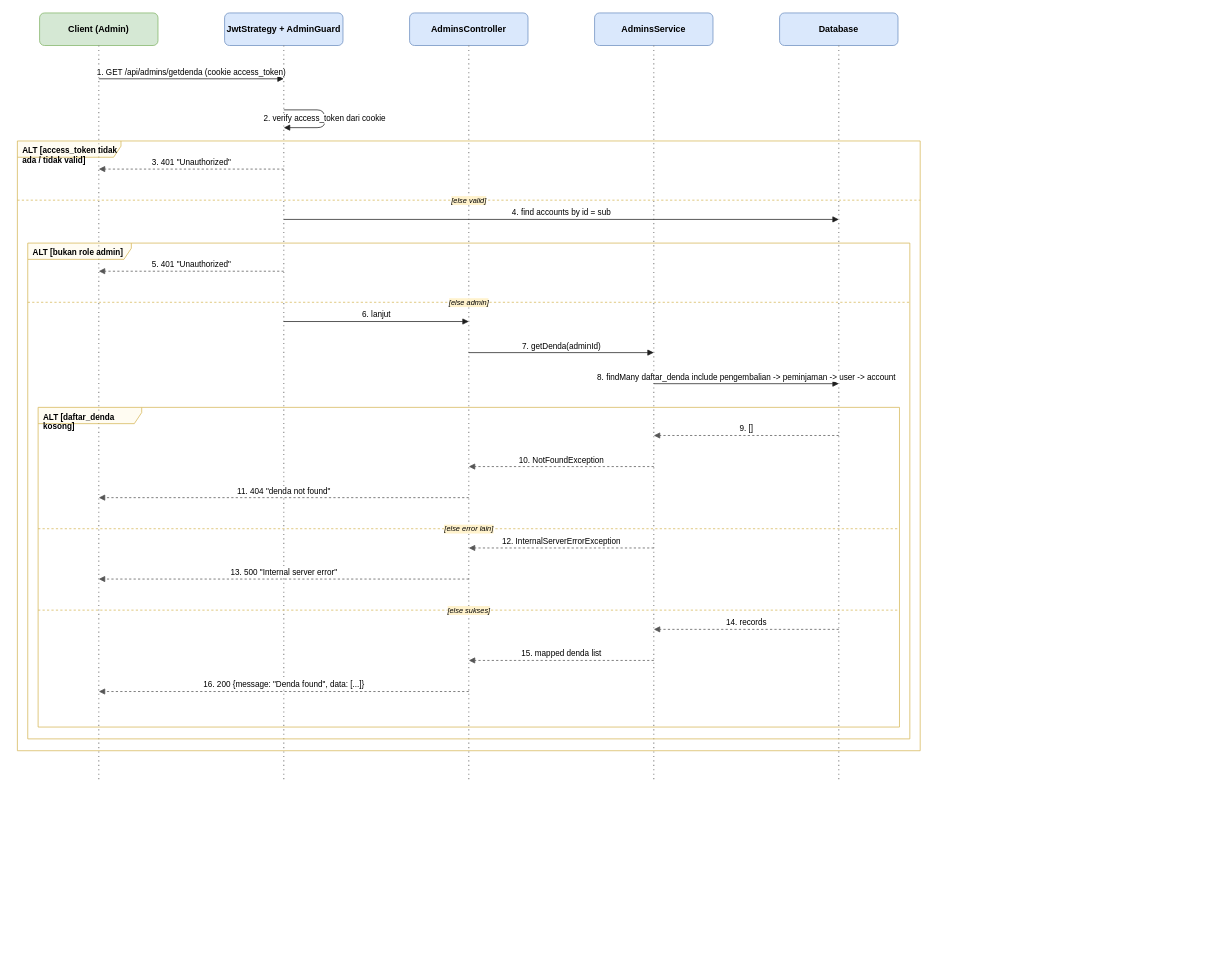
This is docs/diagrams/sequence/sequence-getdenda.drawio from dimstyle/ruang-baca, a draw.io file, before an edit. Source tidied: cells renumbered, new cells numbered last; positions are measured from the earlier drawing's top-left corner, leaving out a move shared by most shapes. Both pictures are drawn from the tidied source at 74%, with x=0, y=0 at pixel (17, 13).
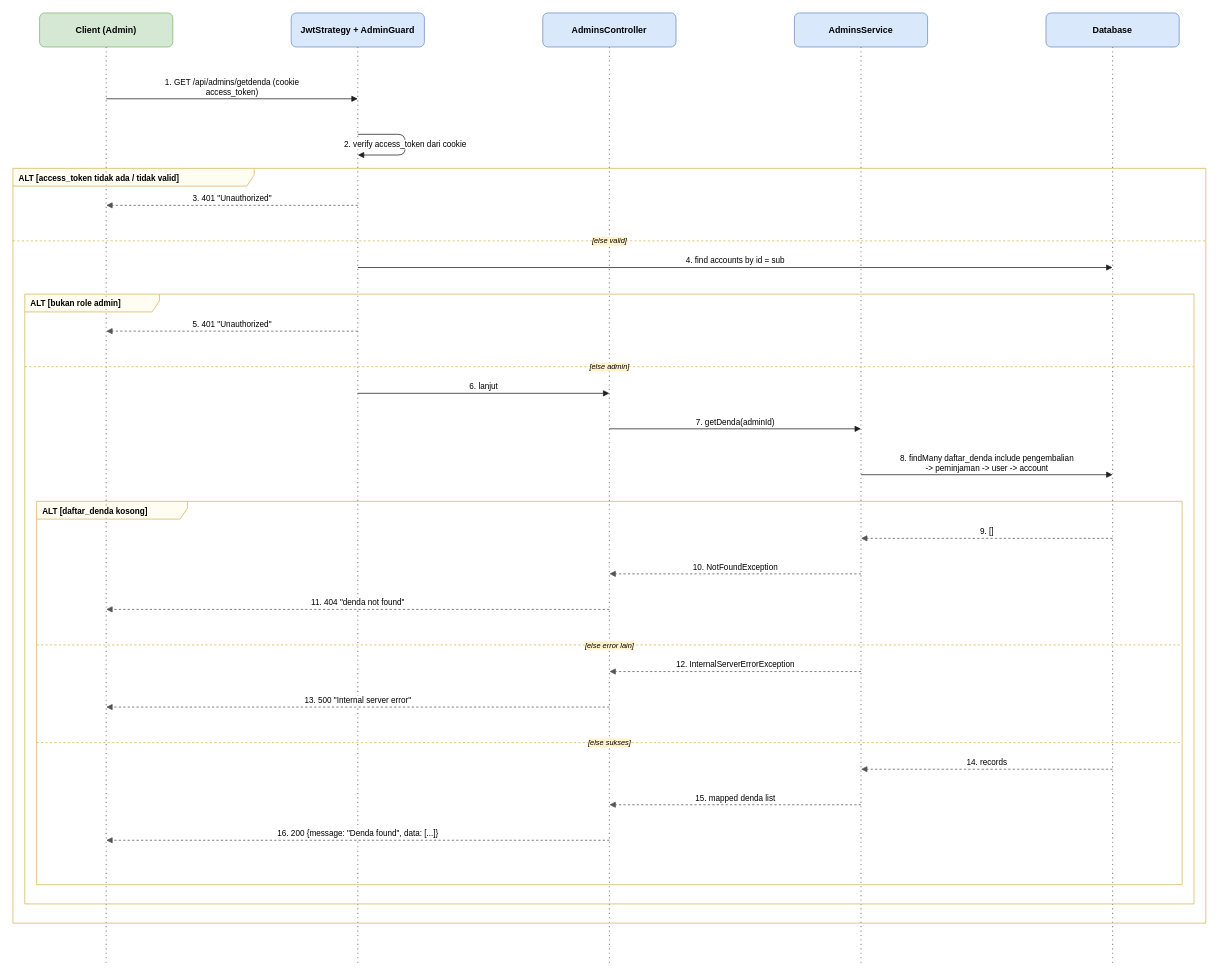
The same diagram, later.

Diff of the diagram source:
```diff
@@
     <mxCell id="2" value="Client (Admin)" style="rounded=1;whiteSpace=wrap;html=1;fillColor=#d5e8d4;strokeColor=#82b366;fontStyle=1;fontSize=12;" parent="1" vertex="1">
-      <mxGeometry x="30" width="160" height="44" as="geometry" />
+      <mxGeometry x="30" width="180" height="46" as="geometry" />
     </mxCell>
     <mxCell id="3" style="endArrow=none;dashed=1;html=1;dashPattern=1 3;strokeWidth=1.5;strokeColor=#888888;" parent="1" edge="1">
       <mxGeometry relative="1" as="geometry">
-        <mxPoint x="110" y="44" as="sourcePoint" />
-        <mxPoint x="110" y="1037" as="targetPoint" />
+        <mxPoint x="120" y="46" as="sourcePoint" />
+        <mxPoint x="120" y="1284" as="targetPoint" />
       </mxGeometry>
     </mxCell>
     <mxCell id="4" value="JwtStrategy + AdminGuard" style="rounded=1;whiteSpace=wrap;html=1;fillColor=#dae8fc;strokeColor=#6c8ebf;fontStyle=1;fontSize=12;" parent="1" vertex="1">
-      <mxGeometry x="280" width="160" height="44" as="geometry" />
+      <mxGeometry x="370" width="180" height="46" as="geometry" />
     </mxCell>
     <mxCell id="5" style="endArrow=none;dashed=1;html=1;dashPattern=1 3;strokeWidth=1.5;strokeColor=#888888;" parent="1" edge="1">
       <mxGeometry relative="1" as="geometry">
-        <mxPoint x="360" y="44" as="sourcePoint" />
-        <mxPoint x="360" y="1037" as="targetPoint" />
+        <mxPoint x="460" y="46" as="sourcePoint" />
+        <mxPoint x="460" y="1284" as="targetPoint" />
       </mxGeometry>
     </mxCell>
     <mxCell id="6" value="AdminsController" style="rounded=1;whiteSpace=wrap;html=1;fillColor=#dae8fc;strokeColor=#6c8ebf;fontStyle=1;fontSize=12;" parent="1" vertex="1">
-      <mxGeometry x="530" width="160" height="44" as="geometry" />
+      <mxGeometry x="710" width="180" height="46" as="geometry" />
     </mxCell>
     <mxCell id="7" style="endArrow=none;dashed=1;html=1;dashPattern=1 3;strokeWidth=1.5;strokeColor=#888888;" parent="1" edge="1">
       <mxGeometry relative="1" as="geometry">
-        <mxPoint x="610" y="44" as="sourcePoint" />
-        <mxPoint x="610" y="1037" as="targetPoint" />
+        <mxPoint x="800" y="46" as="sourcePoint" />
+        <mxPoint x="800" y="1284" as="targetPoint" />
       </mxGeometry>
     </mxCell>
     <mxCell id="8" value="AdminsService" style="rounded=1;whiteSpace=wrap;html=1;fillColor=#dae8fc;strokeColor=#6c8ebf;fontStyle=1;fontSize=12;" parent="1" vertex="1">
-      <mxGeometry x="780" width="160" height="44" as="geometry" />
+      <mxGeometry x="1050" width="180" height="46" as="geometry" />
     </mxCell>
     <mxCell id="9" style="endArrow=none;dashed=1;html=1;dashPattern=1 3;strokeWidth=1.5;strokeColor=#888888;" parent="1" edge="1">
       <mxGeometry relative="1" as="geometry">
-        <mxPoint x="860" y="44" as="sourcePoint" />
-        <mxPoint x="860" y="1037" as="targetPoint" />
+        <mxPoint x="1140" y="46" as="sourcePoint" />
+        <mxPoint x="1140" y="1284" as="targetPoint" />
       </mxGeometry>
     </mxCell>
     <mxCell id="10" value="Database" style="rounded=1;whiteSpace=wrap;html=1;fillColor=#dae8fc;strokeColor=#6c8ebf;fontStyle=1;fontSize=12;" parent="1" vertex="1">
-      <mxGeometry x="1030" width="160" height="44" as="geometry" />
+      <mxGeometry x="1390" width="180" height="46" as="geometry" />
     </mxCell>
     <mxCell id="11" style="endArrow=none;dashed=1;html=1;dashPattern=1 3;strokeWidth=1.5;strokeColor=#888888;" parent="1" edge="1">
       <mxGeometry relative="1" as="geometry">
-        <mxPoint x="1110" y="44" as="sourcePoint" />
-        <mxPoint x="1110" y="1037" as="targetPoint" />
+        <mxPoint x="1480" y="46" as="sourcePoint" />
+        <mxPoint x="1480" y="1284" as="targetPoint" />
       </mxGeometry>
     </mxCell>
-    <mxCell id="12" value="ALT [daftar_denda kosong]" style="shape=umlFrame;whiteSpace=wrap;html=1;width=140;height=22;boundedLbl=1;verticalAlign=top;align=left;spacingLeft=5;fillColor=#fff2cc;strokeColor=#d6b656;fillOpacity=25;fontSize=11;fontStyle=1;" parent="1" vertex="1">
-      <mxGeometry x="28" y="533" width="1164" height="432" as="geometry" />
+    <mxCell id="12" value="ALT [daftar_denda kosong]" style="shape=umlFrame;whiteSpace=wrap;html=1;width=204;height=24;boundedLbl=1;verticalAlign=top;align=left;spacingLeft=6;fillColor=#fff2cc;strokeColor=#d6b656;fillOpacity=25;fontSize=11;fontStyle=1;" parent="1" vertex="1">
+      <mxGeometry x="26" y="660" width="1548" height="518" as="geometry" />
     </mxCell>
     <mxCell id="13" value="[else error lain]" style="endArrow=none;dashed=1;html=1;strokeColor=#d6b656;labelBackgroundColor=#fff2cc;fontSize=10;fontStyle=2;" parent="1" edge="1">
       <mxGeometry relative="1" as="geometry">
-        <mxPoint x="28" y="697" as="sourcePoint" />
-        <mxPoint x="1192" y="697" as="targetPoint" />
+        <mxPoint x="26" y="854" as="sourcePoint" />
+        <mxPoint x="1574" y="854" as="targetPoint" />
       </mxGeometry>
     </mxCell>
     <mxCell id="14" value="[else sukses]" style="endArrow=none;dashed=1;html=1;strokeColor=#d6b656;labelBackgroundColor=#fff2cc;fontSize=10;fontStyle=2;" parent="1" edge="1">
       <mxGeometry relative="1" as="geometry">
-        <mxPoint x="28" y="807" as="sourcePoint" />
-        <mxPoint x="1192" y="807" as="targetPoint" />
+        <mxPoint x="26" y="986" as="sourcePoint" />
+        <mxPoint x="1574" y="986" as="targetPoint" />
       </mxGeometry>
     </mxCell>
-    <mxCell id="15" value="ALT [bukan role admin]" style="shape=umlFrame;whiteSpace=wrap;html=1;width=140;height=22;boundedLbl=1;verticalAlign=top;align=left;spacingLeft=5;fillColor=#fff2cc;strokeColor=#d6b656;fillOpacity=25;fontSize=11;fontStyle=1;" parent="1" vertex="1">
-      <mxGeometry x="14" y="311" width="1192" height="670" as="geometry" />
+    <mxCell id="15" value="ALT [bukan role admin]" style="shape=umlFrame;whiteSpace=wrap;html=1;width=182;height=24;boundedLbl=1;verticalAlign=top;align=left;spacingLeft=6;fillColor=#fff2cc;strokeColor=#d6b656;fillOpacity=25;fontSize=11;fontStyle=1;" parent="1" vertex="1">
+      <mxGeometry x="10" y="380" width="1580" height="824" as="geometry" />
     </mxCell>
     <mxCell id="16" value="[else admin]" style="endArrow=none;dashed=1;html=1;strokeColor=#d6b656;labelBackgroundColor=#fff2cc;fontSize=10;fontStyle=2;" parent="1" edge="1">
       <mxGeometry relative="1" as="geometry">
-        <mxPoint x="14" y="391" as="sourcePoint" />
-        <mxPoint x="1206" y="391" as="targetPoint" />
+        <mxPoint x="10" y="478" as="sourcePoint" />
+        <mxPoint x="1590" y="478" as="targetPoint" />
       </mxGeometry>
     </mxCell>
-    <mxCell id="17" value="ALT [access_token tidak ada / tidak valid]" style="shape=umlFrame;whiteSpace=wrap;html=1;width=140;height=22;boundedLbl=1;verticalAlign=top;align=left;spacingLeft=5;fillColor=#fff2cc;strokeColor=#d6b656;fillOpacity=25;fontSize=11;fontStyle=1;" parent="1" vertex="1">
-      <mxGeometry y="173" width="1220" height="824" as="geometry" />
+    <mxCell id="17" value="ALT [access_token tidak ada / tidak valid]" style="shape=umlFrame;whiteSpace=wrap;html=1;width=326;height=24;boundedLbl=1;verticalAlign=top;align=left;spacingLeft=6;fillColor=#fff2cc;strokeColor=#d6b656;fillOpacity=25;fontSize=11;fontStyle=1;" parent="1" vertex="1">
+      <mxGeometry x="-6" y="210" width="1612" height="1020" as="geometry" />
     </mxCell>
     <mxCell id="18" value="[else valid]" style="endArrow=none;dashed=1;html=1;strokeColor=#d6b656;labelBackgroundColor=#fff2cc;fontSize=10;fontStyle=2;" parent="1" edge="1">
       <mxGeometry relative="1" as="geometry">
-        <mxPoint y="253" as="sourcePoint" />
-        <mxPoint x="1220" y="253" as="targetPoint" />
+        <mxPoint x="-6" y="308" as="sourcePoint" />
+        <mxPoint x="1606" y="308" as="targetPoint" />
       </mxGeometry>
     </mxCell>
-    <mxCell id="19" value="1. GET /api/admins/getdenda (cookie access_token)" style="html=1;verticalAlign=bottom;endArrow=block;endFill=1;strokeColor=#1F1F1F;fontSize=11;labelBackgroundColor=#ffffff;" parent="1" edge="1">
+    <mxCell id="19" value="1. GET /api/admins/getdenda (cookie&lt;br/&gt;access_token)" style="html=1;verticalAlign=bottom;endArrow=block;endFill=1;strokeColor=#1F1F1F;fontSize=11;labelBackgroundColor=#ffffff;" parent="1" edge="1">
       <mxGeometry relative="1" as="geometry">
-        <mxPoint x="110" y="89" as="sourcePoint" />
-        <mxPoint x="360" y="89" as="targetPoint" />
+        <mxPoint x="120" y="116" as="sourcePoint" />
+        <mxPoint x="460" y="116" as="targetPoint" />
       </mxGeometry>
     </mxCell>
     <mxCell id="20" value="2. verify access_token dari cookie" style="edgeStyle=orthogonalEdgeStyle;rounded=1;html=1;endArrow=block;endFill=1;strokeColor=#1F1F1F;fontSize=11;labelBackgroundColor=#ffffff;" parent="1" edge="1">
       <mxGeometry relative="1" as="geometry">
-        <mxPoint x="360" y="131" as="sourcePoint" />
-        <mxPoint x="360" y="155" as="targetPoint" />
+        <mxPoint x="460" y="164" as="sourcePoint" />
+        <mxPoint x="460" y="192" as="targetPoint" />
         <Array as="points">
-          <mxPoint x="415" y="131" />
-          <mxPoint x="415" y="155" />
+          <mxPoint x="524" y="164" />
+          <mxPoint x="524" y="192" />
         </Array>
       </mxGeometry>
     </mxCell>
     <mxCell id="21" value="3. 401 &quot;Unauthorized&quot;" style="html=1;verticalAlign=bottom;endArrow=block;endFill=1;dashed=1;strokeColor=#555555;fontSize=11;labelBackgroundColor=#ffffff;" parent="1" edge="1">
       <mxGeometry relative="1" as="geometry">
-        <mxPoint x="360" y="211" as="sourcePoint" />
-        <mxPoint x="110" y="211" as="targetPoint" />
+        <mxPoint x="460" y="260" as="sourcePoint" />
+        <mxPoint x="120" y="260" as="targetPoint" />
       </mxGeometry>
     </mxCell>
     <mxCell id="22" value="4. find accounts by id = sub" style="html=1;verticalAlign=bottom;endArrow=block;endFill=1;strokeColor=#1F1F1F;fontSize=11;labelBackgroundColor=#ffffff;" parent="1" edge="1">
       <mxGeometry relative="1" as="geometry">
-        <mxPoint x="360" y="279" as="sourcePoint" />
-        <mxPoint x="1110" y="279" as="targetPoint" />
+        <mxPoint x="460" y="344" as="sourcePoint" />
+        <mxPoint x="1480" y="344" as="targetPoint" />
       </mxGeometry>
     </mxCell>
     <mxCell id="23" value="5. 401 &quot;Unauthorized&quot;" style="html=1;verticalAlign=bottom;endArrow=block;endFill=1;dashed=1;strokeColor=#555555;fontSize=11;labelBackgroundColor=#ffffff;" parent="1" edge="1">
       <mxGeometry relative="1" as="geometry">
-        <mxPoint x="360" y="349" as="sourcePoint" />
-        <mxPoint x="110" y="349" as="targetPoint" />
+        <mxPoint x="460" y="430" as="sourcePoint" />
+        <mxPoint x="120" y="430" as="targetPoint" />
       </mxGeometry>
     </mxCell>
     <mxCell id="24" value="6. lanjut" style="html=1;verticalAlign=bottom;endArrow=block;endFill=1;strokeColor=#1F1F1F;fontSize=11;labelBackgroundColor=#ffffff;" parent="1" edge="1">
       <mxGeometry relative="1" as="geometry">
-        <mxPoint x="360" y="417" as="sourcePoint" />
-        <mxPoint x="610" y="417" as="targetPoint" />
+        <mxPoint x="460" y="514" as="sourcePoint" />
+        <mxPoint x="800" y="514" as="targetPoint" />
       </mxGeometry>
     </mxCell>
     <mxCell id="25" value="7. getDenda(adminId)" style="html=1;verticalAlign=bottom;endArrow=block;endFill=1;strokeColor=#1F1F1F;fontSize=11;labelBackgroundColor=#ffffff;" parent="1" edge="1">
       <mxGeometry relative="1" as="geometry">
-        <mxPoint x="610" y="459" as="sourcePoint" />
-        <mxPoint x="860" y="459" as="targetPoint" />
+        <mxPoint x="800" y="562" as="sourcePoint" />
+        <mxPoint x="1140" y="562" as="targetPoint" />
       </mxGeometry>
     </mxCell>
-    <mxCell id="26" value="8. findMany daftar_denda include pengembalian -&gt; peminjaman -&gt; user -&gt; account" style="html=1;verticalAlign=bottom;endArrow=block;endFill=1;strokeColor=#1F1F1F;fontSize=11;labelBackgroundColor=#ffffff;" parent="1" edge="1">
+    <mxCell id="26" value="8. findMany daftar_denda include pengembalian&lt;br/&gt;-&gt; peminjaman -&gt; user -&gt; account" style="html=1;verticalAlign=bottom;endArrow=block;endFill=1;strokeColor=#1F1F1F;fontSize=11;labelBackgroundColor=#ffffff;" parent="1" edge="1">
       <mxGeometry relative="1" as="geometry">
-        <mxPoint x="860" y="501" as="sourcePoint" />
-        <mxPoint x="1110" y="501" as="targetPoint" />
+        <mxPoint x="1140" y="624" as="sourcePoint" />
+        <mxPoint x="1480" y="624" as="targetPoint" />
       </mxGeometry>
     </mxCell>
     <mxCell id="27" value="9. []" style="html=1;verticalAlign=bottom;endArrow=block;endFill=1;dashed=1;strokeColor=#555555;fontSize=11;labelBackgroundColor=#ffffff;" parent="1" edge="1">
       <mxGeometry relative="1" as="geometry">
-        <mxPoint x="1110" y="571" as="sourcePoint" />
-        <mxPoint x="860" y="571" as="targetPoint" />
+        <mxPoint x="1480" y="710" as="sourcePoint" />
+        <mxPoint x="1140" y="710" as="targetPoint" />
       </mxGeometry>
     </mxCell>
     <mxCell id="28" value="10. NotFoundException" style="html=1;verticalAlign=bottom;endArrow=block;endFill=1;dashed=1;strokeColor=#555555;fontSize=11;labelBackgroundColor=#ffffff;" parent="1" edge="1">
       <mxGeometry relative="1" as="geometry">
-        <mxPoint x="860" y="613" as="sourcePoint" />
-        <mxPoint x="610" y="613" as="targetPoint" />
+        <mxPoint x="1140" y="758" as="sourcePoint" />
+        <mxPoint x="800" y="758" as="targetPoint" />
       </mxGeometry>
     </mxCell>
     <mxCell id="29" value="11. 404 &quot;denda not found&quot;" style="html=1;verticalAlign=bottom;endArrow=block;endFill=1;dashed=1;strokeColor=#555555;fontSize=11;labelBackgroundColor=#ffffff;" parent="1" edge="1">
       <mxGeometry relative="1" as="geometry">
-        <mxPoint x="610" y="655" as="sourcePoint" />
-        <mxPoint x="110" y="655" as="targetPoint" />
+        <mxPoint x="800" y="806" as="sourcePoint" />
+        <mxPoint x="120" y="806" as="targetPoint" />
       </mxGeometry>
     </mxCell>
     <mxCell id="30" value="12. InternalServerErrorException" style="html=1;verticalAlign=bottom;endArrow=block;endFill=1;dashed=1;strokeColor=#555555;fontSize=11;labelBackgroundColor=#ffffff;" parent="1" edge="1">
       <mxGeometry relative="1" as="geometry">
-        <mxPoint x="860" y="723" as="sourcePoint" />
-        <mxPoint x="610" y="723" as="targetPoint" />
+        <mxPoint x="1140" y="890" as="sourcePoint" />
+        <mxPoint x="800" y="890" as="targetPoint" />
       </mxGeometry>
     </mxCell>
     <mxCell id="31" value="13. 500 &quot;Internal server error&quot;" style="html=1;verticalAlign=bottom;endArrow=block;endFill=1;dashed=1;strokeColor=#555555;fontSize=11;labelBackgroundColor=#ffffff;" parent="1" edge="1">
       <mxGeometry relative="1" as="geometry">
-        <mxPoint x="610" y="765" as="sourcePoint" />
-        <mxPoint x="110" y="765" as="targetPoint" />
+        <mxPoint x="800" y="938" as="sourcePoint" />
+        <mxPoint x="120" y="938" as="targetPoint" />
       </mxGeometry>
     </mxCell>
     <mxCell id="32" value="14. records" style="html=1;verticalAlign=bottom;endArrow=block;endFill=1;dashed=1;strokeColor=#555555;fontSize=11;labelBackgroundColor=#ffffff;" parent="1" edge="1">
       <mxGeometry relative="1" as="geometry">
-        <mxPoint x="1110" y="833" as="sourcePoint" />
-        <mxPoint x="860" y="833" as="targetPoint" />
+        <mxPoint x="1480" y="1022" as="sourcePoint" />
+        <mxPoint x="1140" y="1022" as="targetPoint" />
       </mxGeometry>
     </mxCell>
     <mxCell id="33" value="15. mapped denda list" style="html=1;verticalAlign=bottom;endArrow=block;endFill=1;dashed=1;strokeColor=#555555;fontSize=11;labelBackgroundColor=#ffffff;" parent="1" edge="1">
       <mxGeometry relative="1" as="geometry">
-        <mxPoint x="860" y="875" as="sourcePoint" />
-        <mxPoint x="610" y="875" as="targetPoint" />
+        <mxPoint x="1140" y="1070" as="sourcePoint" />
+        <mxPoint x="800" y="1070" as="targetPoint" />
       </mxGeometry>
     </mxCell>
     <mxCell id="34" value="16. 200 {message: &quot;Denda found&quot;, data: [...]}" style="html=1;verticalAlign=bottom;endArrow=block;endFill=1;dashed=1;strokeColor=#555555;fontSize=11;labelBackgroundColor=#ffffff;" parent="1" edge="1">
       <mxGeometry relative="1" as="geometry">
-        <mxPoint x="610" y="917" as="sourcePoint" />
-        <mxPoint x="110" y="917" as="targetPoint" />
+        <mxPoint x="800" y="1118" as="sourcePoint" />
+        <mxPoint x="120" y="1118" as="targetPoint" />
       </mxGeometry>
     </mxCell>
```
